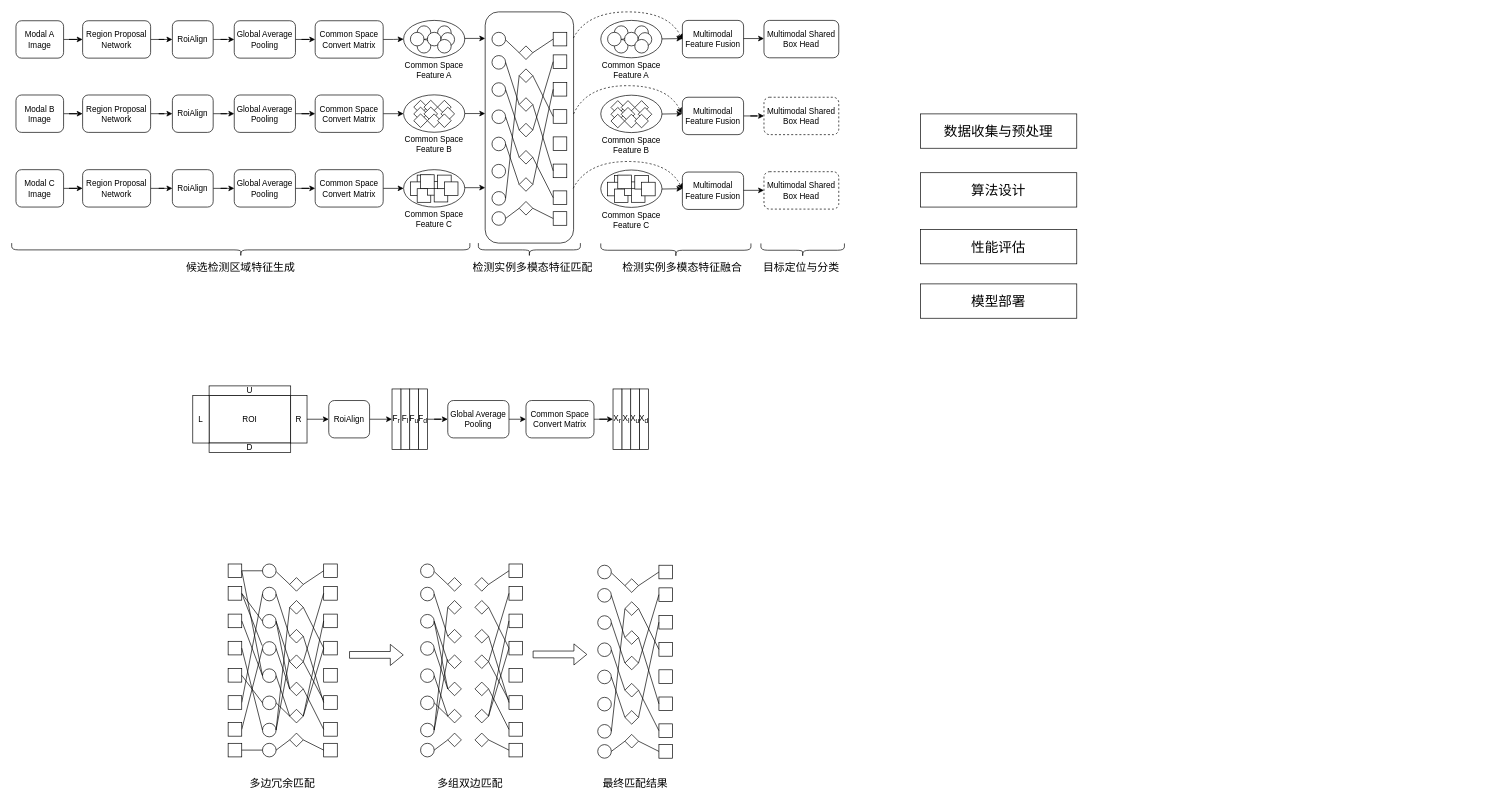
Above: 多视角多模态目标检测3模态案例.drawio in thb1314/for_draw_io (draw.io), before the change. Source tidied: cells renumbered, new cells numbered last; positions are measured from the earlier drawing's top-left corner, leaving out a move shared by most shapes. Both pictures are drawn from the tidied source at 68%, with x=0, y=0 at pixel (16, 12).
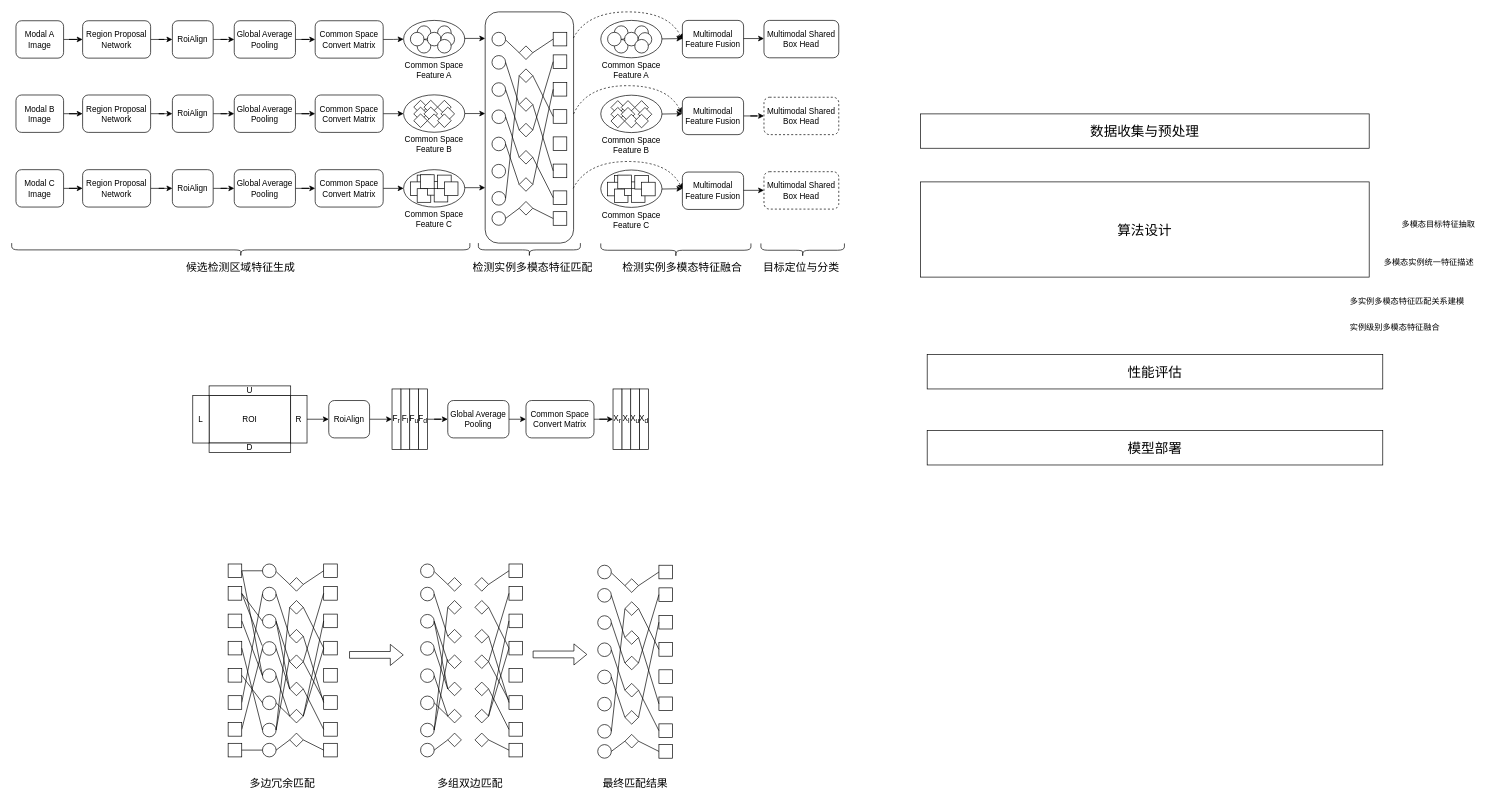
After the change.

Commit message:
更新多视角多模态目标检测3模态案例.drawio

Change to the diagram source:
```diff
@@
     <mxCell id="328" value="&lt;font style=&quot;font-size: 20px;&quot;&gt;数据收集与预处理&lt;/font&gt;" style="rounded=0;whiteSpace=wrap;html=1;" parent="1" vertex="1">
-      <mxGeometry x="1330" y="150" width="230" height="50.5" as="geometry" />
+      <mxGeometry x="1330" y="150" width="660" height="50.5" as="geometry" />
     </mxCell>
     <mxCell id="329" value="&lt;span style=&quot;font-size: 20px;&quot;&gt;算法设计&lt;/span&gt;" style="rounded=0;whiteSpace=wrap;html=1;" parent="1" vertex="1">
-      <mxGeometry x="1330" y="236.5" width="230" height="50.5" as="geometry" />
+      <mxGeometry x="1330" y="250" width="660" height="140" as="geometry" />
     </mxCell>
     <mxCell id="330" value="&lt;span style=&quot;font-size: 20px;&quot;&gt;性能评估&lt;/span&gt;" style="rounded=0;whiteSpace=wrap;html=1;" parent="1" vertex="1">
-      <mxGeometry x="1330" y="320" width="230" height="50.5" as="geometry" />
+      <mxGeometry x="1340" y="504" width="670" height="50.5" as="geometry" />
     </mxCell>
     <mxCell id="331" value="&lt;span style=&quot;font-size: 20px;&quot;&gt;模型部署&lt;/span&gt;" style="rounded=0;whiteSpace=wrap;html=1;" parent="1" vertex="1">
-      <mxGeometry x="1330" y="400" width="230" height="50.5" as="geometry" />
+      <mxGeometry x="1340" y="615.8" width="670" height="50.5" as="geometry" />
     </mxCell>
+    <mxCell id="332" value="多模态目标特征抽取" style="text;whiteSpace=wrap;" parent="1" vertex="1">
+      <mxGeometry x="2036" y="298.8" width="140" height="40" as="geometry" />
+    </mxCell>
+    <mxCell id="333" value="多模态实例统一特征描述" style="text;whiteSpace=wrap;" parent="1" vertex="1">
+      <mxGeometry x="2010" y="355" width="170" height="40" as="geometry" />
+    </mxCell>
+    <mxCell id="334" value="多实例多模态特征匹配关系建模" style="text;whiteSpace=wrap;" parent="1" vertex="1">
+      <mxGeometry x="1960" y="411.9" width="200" height="40" as="geometry" />
+    </mxCell>
+    <mxCell id="335" value="实例级别多模态特征融合" style="text;whiteSpace=wrap;" parent="1" vertex="1">
+      <mxGeometry x="1960" y="450" width="170" height="50" as="geometry" />
+    </mxCell>
```
